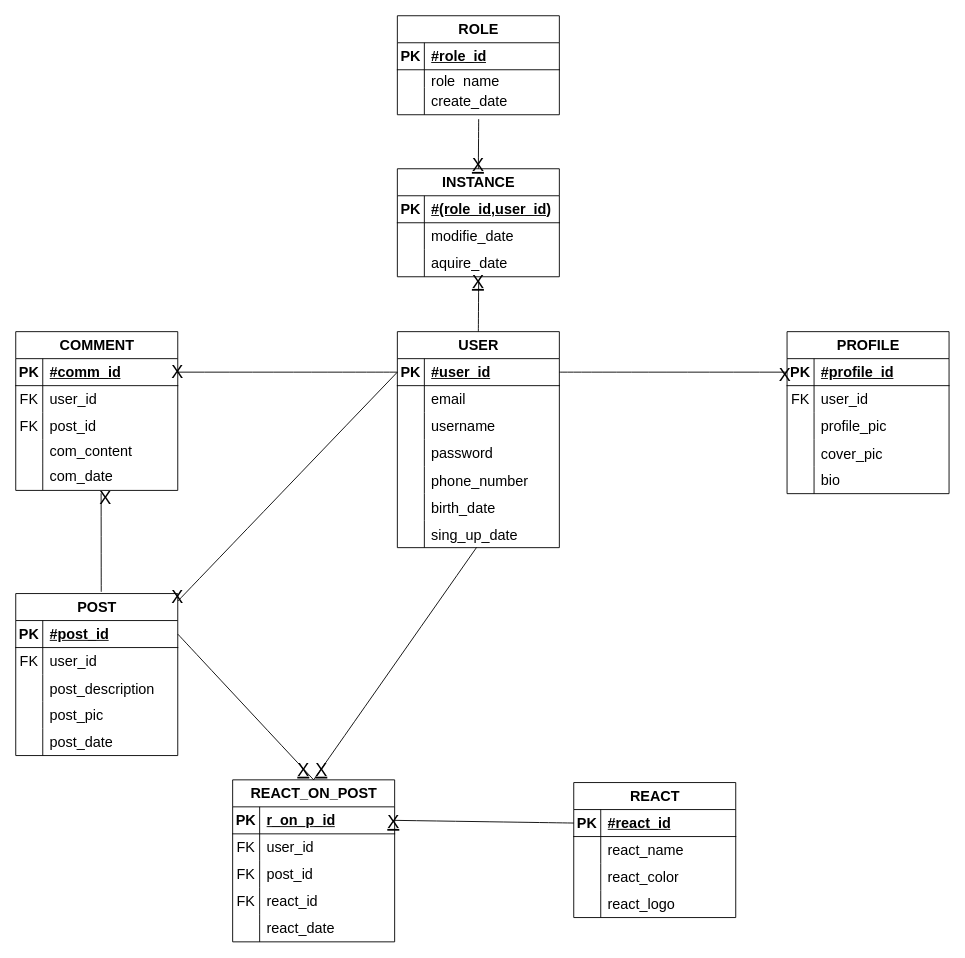
Earlier version of the draw.io diagram page "Conceptual diagram" (2 of 2) of Final Project/Diagrama aspnet .drawio (Matoka26/ASP.NET). Source tidied: cells renumbered, new cells numbered last; positions are measured from the earlier drawing's top-left corner, leaving out a move shared by most shapes. Both pictures are drawn from the tidied source at 90%, with x=0, y=0 at pixel (15, 15).
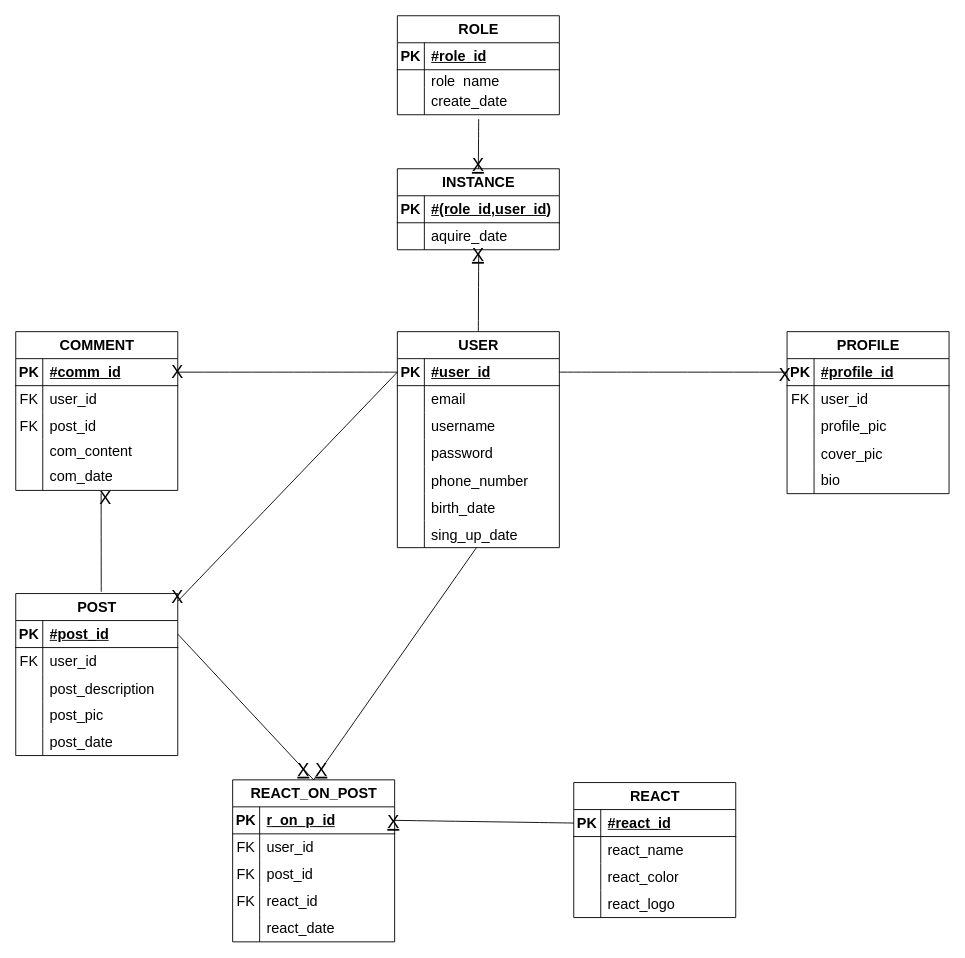
The same diagram, later.

Commit message:
i don t remember what i ve changed but i looks good

Change to the diagram source:
```diff
@@
     <mxCell id="127" value="INSTANCE" style="shape=table;startSize=30;childLayout=tableLayout;rowLines=0;fontStyle=1;align=center;html=1;fontSize=16;" parent="1" vertex="1">
-      <mxGeometry x="424" y="170" width="180" height="120" as="geometry" />
+      <mxGeometry x="424" y="170" width="180" height="90" as="geometry" />
     </mxCell>
@@
-    <mxCell id="131" style="shape=tableRow;horizontal=0;startSize=0;swimlaneHead=0;swimlaneBody=0;fillColor=none;top=0;left=0;right=0;bottom=0;fontSize=16;" parent="127" vertex="1">
-      <mxGeometry y="60" width="180" height="30" as="geometry" />
-    </mxCell>
-    <mxCell id="132" style="shape=partialRectangle;fillColor=none;top=0;left=0;bottom=0;right=0;fontStyle=0;overflow=hidden;whiteSpace=wrap;html=1;fontSize=16;" parent="131" vertex="1">
-      <mxGeometry width="30" height="30" as="geometry" />
-    </mxCell>
-    <mxCell id="133" value="modifie_date" style="shape=partialRectangle;fillColor=none;top=0;left=0;bottom=0;right=0;align=left;spacingLeft=6;fontStyle=0;overflow=hidden;whiteSpace=wrap;html=1;fontSize=16;" parent="131" vertex="1">
-      <mxGeometry x="30" width="150" height="30" as="geometry" />
-    </mxCell>
     <mxCell id="134" style="shape=tableRow;horizontal=0;startSize=0;swimlaneHead=0;swimlaneBody=0;fillColor=none;points=[[0,0.5],[1,0.5]];portConstraint=eastwest;top=0;left=0;right=0;bottom=0;fontSize=16;" parent="127" vertex="1">
-      <mxGeometry y="90" width="180" height="30" as="geometry" />
+      <mxGeometry y="60" width="180" height="30" as="geometry" />
     </mxCell>
@@
     <mxCell id="139" value="&lt;u&gt;X&lt;/u&gt;" style="text;html=1;strokeColor=none;fillColor=none;align=center;verticalAlign=middle;whiteSpace=wrap;rounded=0;fontSize=20;" parent="1" vertex="1">
-      <mxGeometry x="484" y="280" width="60" height="30" as="geometry" />
+      <mxGeometry x="484" y="250" width="60" height="30" as="geometry" />
     </mxCell>
```
